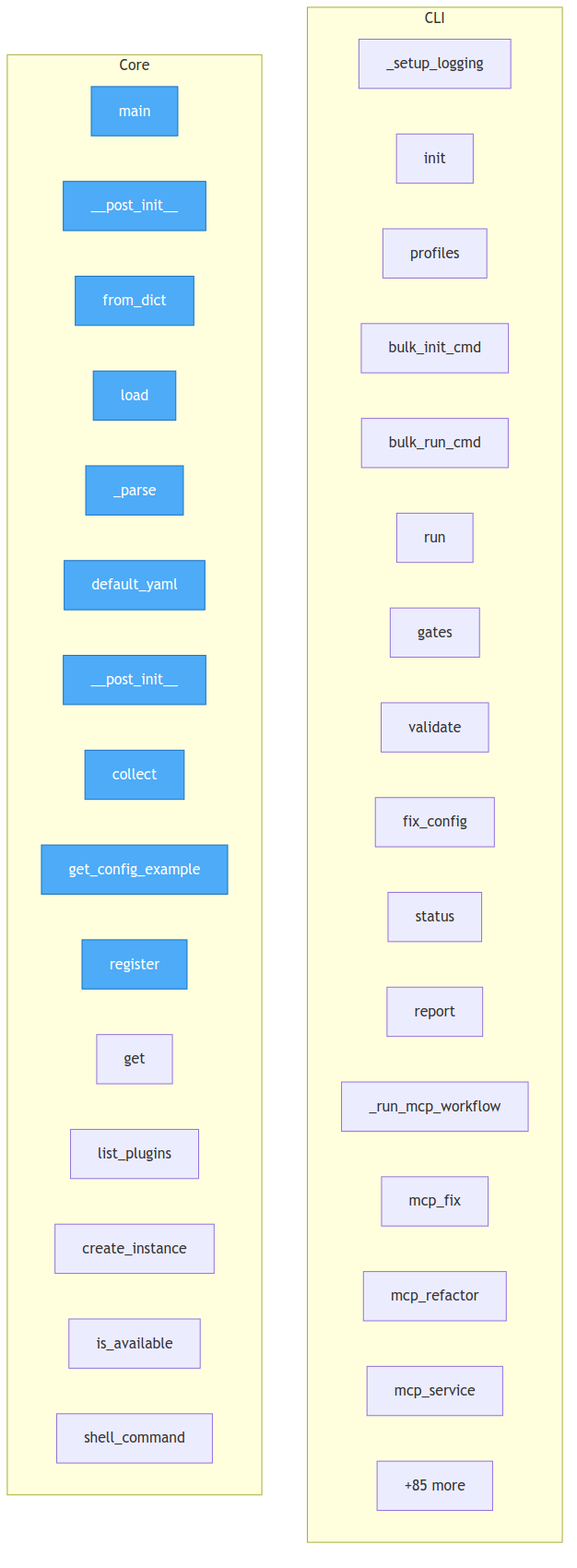
This is project/flow.png from semcod/pyqual, a Mermaid export, as it was before one commit. Its source is kept beside it as project/flow.mmd.
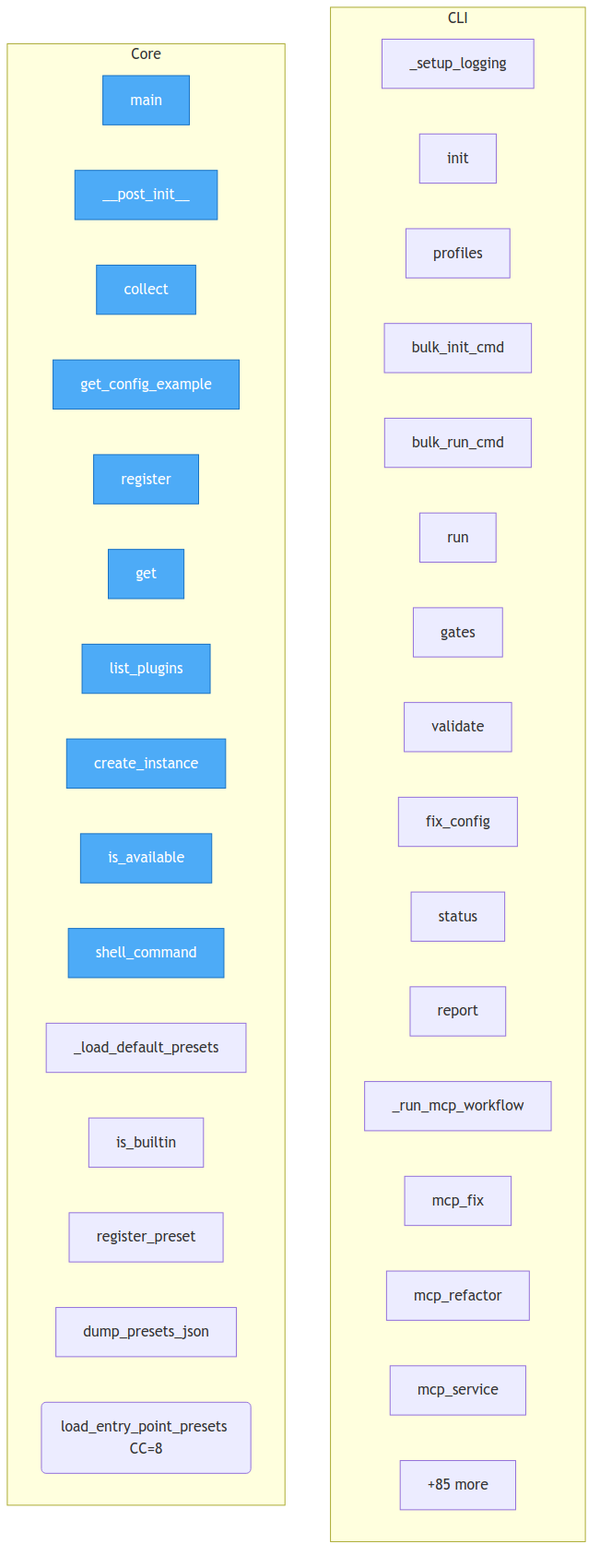
After the commit.

What changed in the source:
```diff
@@ -23,11 +23,6 @@
 
     subgraph Core
         run_analysis__main["main"]
-        pyqual__config__StageConfig____post_init__["__post_init__"]
-        pyqual__config__GateConfig__from_dict["from_dict"]
-        pyqual__config__PyqualConfig__load["load"]
-        pyqual__config__PyqualConfig___parse["_parse"]
-        pyqual__config__PyqualConfig__default_yaml["default_yaml"]
         pyqual__plugins__PluginMetadata____post_init__["__post_init__"]
         pyqual__plugins__MetricCollector__collect["collect"]
         pyqual__plugins__MetricCollector__get_config_example["get_config_example"]
@@ -37,7 +32,12 @@
         pyqual__plugins__PluginRegistry__create_instance["create_instance"]
         pyqual__tools__ToolPreset__is_available["is_available"]
         pyqual__tools__ToolPreset__shell_command["shell_command"]
+        pyqual__tools___load_default_presets["_load_default_presets"]
+        pyqual__tools__is_builtin["is_builtin"]
+        pyqual__tools__register_preset["register_preset"]
+        pyqual__tools__dump_presets_json["dump_presets_json"]
+        pyqual__tools__load_entry_point_presets("load_entry_point_presets CC=8")
         ...["+85 more"]
     end
 
-    class run_analysis__main,pyqual__config__StageConfig____post_init__,pyqual__config__GateConfig__from_dict,pyqual__config__PyqualConfig__load,pyqual__config__PyqualConfig___parse,pyqual__config__PyqualConfig__default_yaml,pyqual__plugins__PluginMetadata____post_init__,pyqual__plugins__MetricCollector__collect,pyqual__plugins__MetricCollector__get_config_example,pyqual__plugins__PluginRegistry__register entry
+    class run_analysis__main,pyqual__plugins__PluginMetadata____post_init__,pyqual__plugins__MetricCollector__collect,pyqual__plugins__MetricCollector__get_config_example,pyqual__plugins__PluginRegistry__register,pyqual__plugins__PluginRegistry__get,pyqual__plugins__PluginRegistry__list_plugins,pyqual__plugins__PluginRegistry__create_instance,pyqual__tools__ToolPreset__is_available,pyqual__tools__ToolPreset__shell_command entry
```
